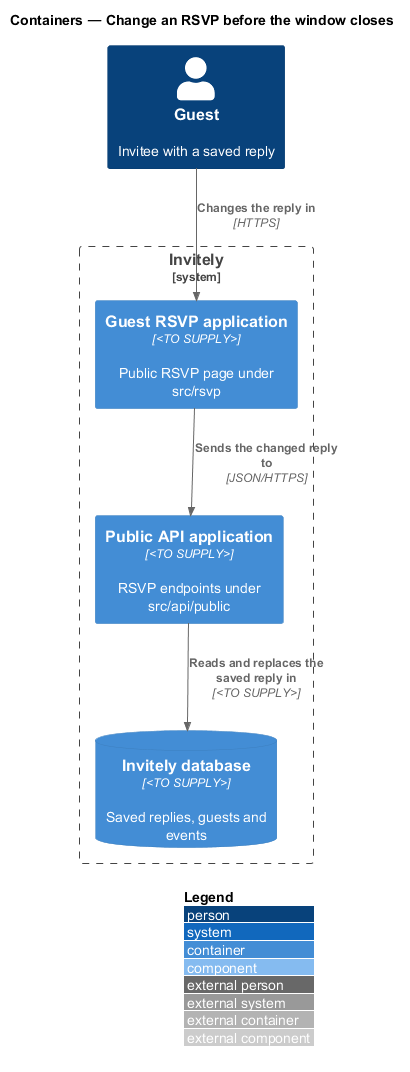
QuinntyneBrown/rsvp-cms keeps this PlantUML diagram as docs/detailed-designs/rsvp/change-rsvp/diagrams/c4-container.png. Above is the earlier version.
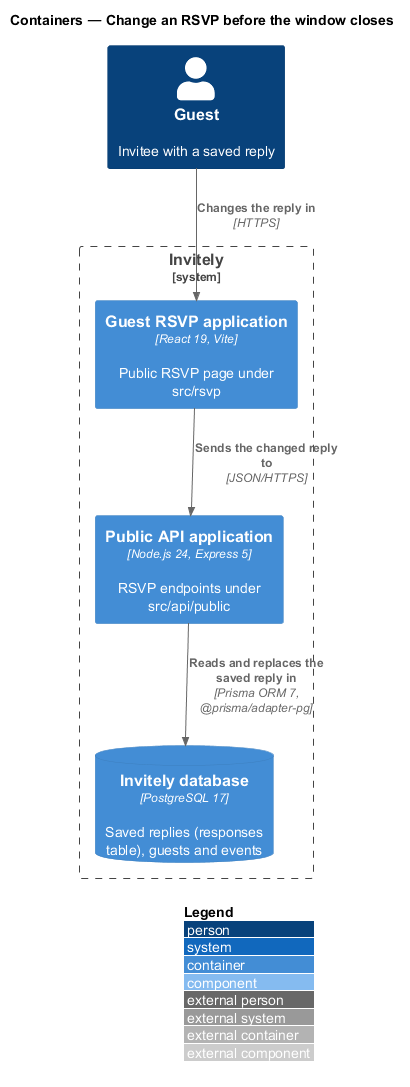
Above is the later version.

Change to the diagram source:
```diff
@@ -5,11 +5,11 @@
 
 Person(guest, "Guest", "Invitee with a saved reply")
 System_Boundary(invitely, "Invitely") {
-  Container(rsvp, "Guest RSVP application", "<TO SUPPLY>", "Public RSVP page under src/rsvp")
-  Container(publicApi, "Public API application", "<TO SUPPLY>", "RSVP endpoints under src/api/public")
-  ContainerDb(db, "Invitely database", "<TO SUPPLY>", "Saved replies, guests and events")
+  Container(rsvp, "Guest RSVP application", "React 19, Vite", "Public RSVP page under src/rsvp")
+  Container(publicApi, "Public API application", "Node.js 24, Express 5", "RSVP endpoints under src/api/public")
+  ContainerDb(db, "Invitely database", "PostgreSQL 17", "Saved replies (responses table), guests and events")
 }
 Rel(guest, rsvp, "Changes the reply in", "HTTPS")
 Rel(rsvp, publicApi, "Sends the changed reply to", "JSON/HTTPS")
-Rel(publicApi, db, "Reads and replaces the saved reply in", "<TO SUPPLY>")
+Rel(publicApi, db, "Reads and replaces the saved reply in", "Prisma ORM 7, @prisma/adapter-pg")
 @enduml
```
